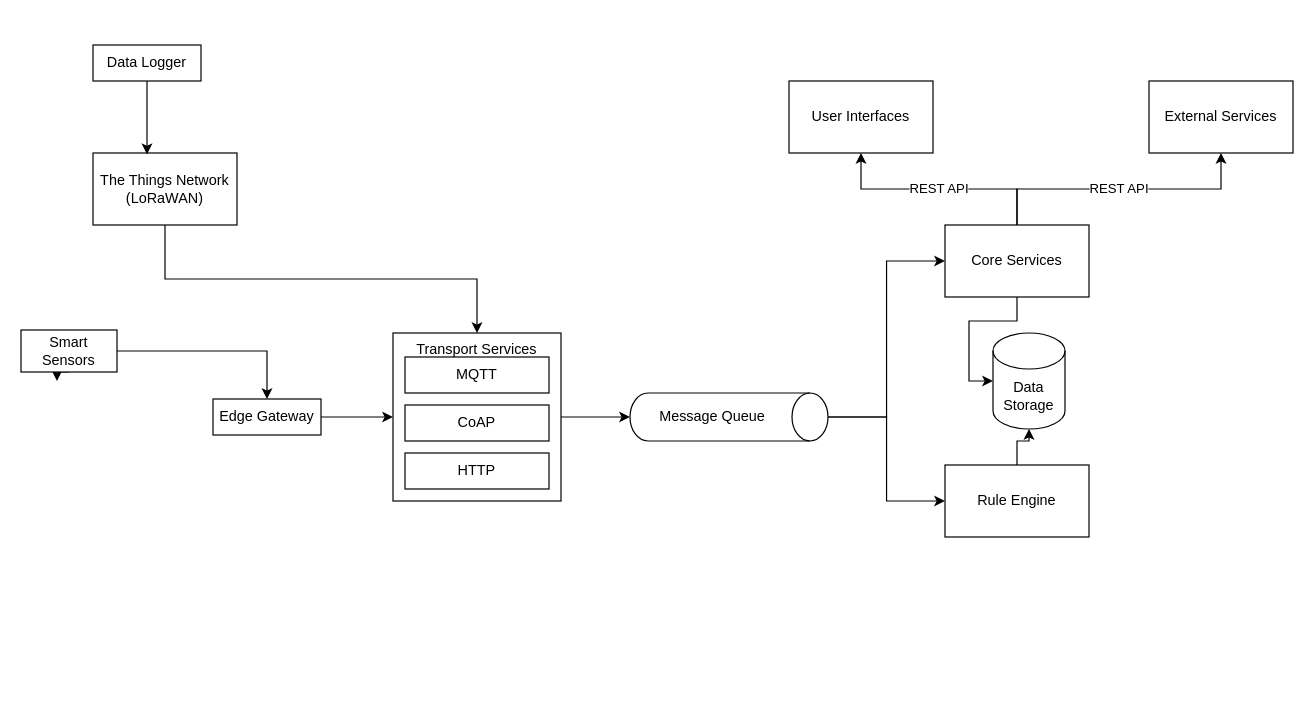
The draw.io diagram Untitled Diagram.drawio in mihairepo/test-repo, before the edit. Source tidied: cells renumbered, new cells numbered last; positions are measured from the earlier drawing's top-left corner, leaving out a move shared by most shapes. Both pictures are drawn from the tidied source at 120%, with x=0, y=0 at pixel (20, 44).
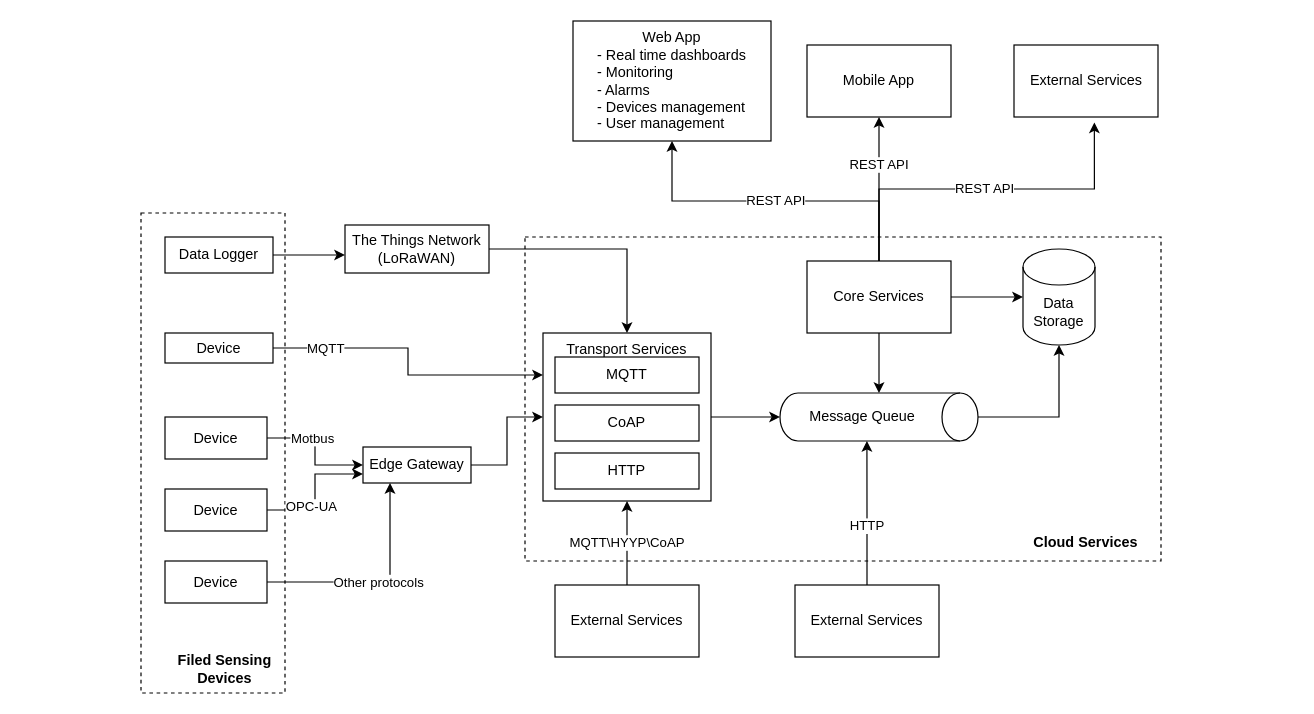
After the change.

Unchanged cells that the change refers to:
```xml
<mxCell id="22" style="edgeStyle=orthogonalEdgeStyle;rounded=0;jettySize=auto;html=1;exitX=1;exitY=0.5;exitDx=0;exitDy=0;" parent="1" edge="1" source="24" target="19">
  <mxGeometry relative="1" as="geometry" />
</mxCell>
```

What changed in the source:
```diff
@@
+    <mxCell id="28" style="rounded=0;whiteSpace=wrap;html=1;dashed=1;verticalAlign=top;" parent="1" vertex="1">
+      <mxGeometry x="100" y="140" width="120" height="400" as="geometry" />
+    </mxCell>
+    <mxCell id="29" style="rounded=0;whiteSpace=wrap;html=1;dashed=1;verticalAlign=top;" parent="1" vertex="1">
+      <mxGeometry x="420" y="160" width="530" height="270" as="geometry" />
+    </mxCell>
@@
     <mxCell id="3" value="Transport Services" style="rounded=0;whiteSpace=wrap;html=1;verticalAlign=top;" parent="1" vertex="1">
-      <mxGeometry x="310" y="240" width="140" height="140" as="geometry" />
+      <mxGeometry x="435" y="240" width="140" height="140" as="geometry" />
     </mxCell>
-    <mxCell id="4" style="edgeStyle=orthogonalEdgeStyle;rounded=0;jettySize=auto;html=1;exitX=0.5;exitY=0;exitDx=0;exitDy=0;exitPerimeter=0;entryX=0;entryY=0.5;entryDx=0;entryDy=0;" parent="1" edge="1" source="6" target="12">
-      <mxGeometry relative="1" as="geometry" />
-    </mxCell>
-    <mxCell id="5" style="edgeStyle=orthogonalEdgeStyle;rounded=0;jettySize=auto;html=1;exitX=0.5;exitY=0;exitDx=0;exitDy=0;exitPerimeter=0;entryX=0;entryY=0.5;entryDx=0;entryDy=0;" parent="1" edge="1" source="6" target="8">
-      <mxGeometry relative="1" as="geometry" />
-    </mxCell>
+    <mxCell id="30" style="edgeStyle=orthogonalEdgeStyle;rounded=0;jettySize=auto;html=1;entryX=0.5;entryY=1;entryDx=0;entryDy=0;entryPerimeter=0;" parent="1" edge="1" source="6" target="13">
+      <mxGeometry relative="1" as="geometry" />
+    </mxCell>
     <mxCell id="6" value="Message Queue&amp;nbsp;" style="shape=cylinder3;whiteSpace=wrap;html=1;boundedLbl=1;backgroundOutline=1;size=15;rotation=90;verticalAlign=middle;horizontal=0;" parent="1" vertex="1">
-      <mxGeometry x="570" y="227.5" width="40" height="165" as="geometry" />
+      <mxGeometry x="695" y="227.5" width="40" height="165" as="geometry" />
     </mxCell>
-    <mxCell id="7" style="edgeStyle=orthogonalEdgeStyle;rounded=0;jettySize=auto;html=1;exitX=0.5;exitY=0;exitDx=0;exitDy=0;" parent="1" edge="1" source="8" target="13">
-      <mxGeometry relative="1" as="geometry" />
-    </mxCell>
-    <mxCell id="8" value="Rule Engine" style="rounded=0;whiteSpace=wrap;html=1;" parent="1" vertex="1">
-      <mxGeometry x="770" y="350" width="120" height="60" as="geometry" />
-    </mxCell>
@@
+    <mxCell id="31" style="edgeStyle=orthogonalEdgeStyle;rounded=0;jettySize=auto;html=1;exitX=0.5;exitY=1;exitDx=0;exitDy=0;entryX=0;entryY=0.5;entryDx=0;entryDy=0;entryPerimeter=0;" parent="1" edge="1" source="12" target="6">
+      <mxGeometry relative="1" as="geometry" />
+    </mxCell>
+    <mxCell id="11" style="edgeStyle=orthogonalEdgeStyle;rounded=0;jettySize=auto;html=1;" parent="1" edge="1" source="12" target="13">
+      <mxGeometry relative="1" as="geometry" />
+    </mxCell>
+    <mxCell id="32" value="REST API" style="edgeStyle=orthogonalEdgeStyle;rounded=0;jettySize=auto;html=1;exitX=0.5;exitY=0;exitDx=0;exitDy=0;entryX=0.558;entryY=1.075;entryDx=0;entryDy=0;entryPerimeter=0;" parent="1" edge="1" source="12" target="34">
+      <mxGeometry relative="1" as="geometry" />
+    </mxCell>
-    <mxCell id="10" value="REST API" style="edgeStyle=orthogonalEdgeStyle;rounded=0;jettySize=auto;html=1;exitX=0.5;exitY=0;exitDx=0;exitDy=0;entryX=0.5;entryY=1;entryDx=0;entryDy=0;" parent="1" edge="1" source="12" target="15">
-      <mxGeometry relative="1" as="geometry" />
+    <mxCell id="10" value="REST API" style="edgeStyle=orthogonalEdgeStyle;rounded=0;jettySize=auto;html=1;exitX=0.5;exitY=0;exitDx=0;exitDy=0;entryX=0.5;entryY=1;entryDx=0;entryDy=0;" parent="1" edge="1" source="12" target="50">
+      <mxGeometry x="0.33" relative="1" as="geometry" />
     </mxCell>
-    <mxCell id="11" style="edgeStyle=orthogonalEdgeStyle;rounded=0;jettySize=auto;html=1;exitX=0.5;exitY=1;exitDx=0;exitDy=0;entryX=0;entryY=0.5;entryDx=0;entryDy=0;entryPerimeter=0;" parent="1" edge="1" source="12" target="13">
-      <mxGeometry relative="1" as="geometry" />
-    </mxCell>
     <mxCell id="12" value="Core Services" style="rounded=0;whiteSpace=wrap;html=1;" parent="1" vertex="1">
-      <mxGeometry x="770" y="150" width="120" height="60" as="geometry" />
+      <mxGeometry x="655" y="180" width="120" height="60" as="geometry" />
     </mxCell>
     <mxCell id="13" value="Data Storage" style="shape=cylinder3;whiteSpace=wrap;html=1;boundedLbl=1;backgroundOutline=1;size=15;verticalAlign=middle;" parent="1" vertex="1">
-      <mxGeometry x="810" y="240" width="60" height="80" as="geometry" />
+      <mxGeometry x="835" y="170" width="60" height="80" as="geometry" />
     </mxCell>
-    <mxCell id="14" value="User Interfaces" style="rounded=0;whiteSpace=wrap;html=1;verticalAlign=middle;" parent="1" vertex="1">
-      <mxGeometry x="640" y="30" width="120" height="60" as="geometry" />
+    <mxCell id="14" value="Web App&lt;br&gt;- Real time dashboards&lt;br&gt;&lt;div style=&quot;text-align: left&quot;&gt;- Monitoring&lt;/div&gt;&lt;div style=&quot;text-align: left&quot;&gt;- Alarms&lt;/div&gt;&lt;div style=&quot;text-align: left&quot;&gt;- Devices management&lt;/div&gt;&lt;div style=&quot;text-align: left&quot;&gt;- User management&lt;/div&gt;" style="rounded=0;whiteSpace=wrap;html=1;verticalAlign=middle;" parent="1" vertex="1">
+      <mxGeometry x="460" y="-20" width="165" height="100" as="geometry" />
     </mxCell>
-    <mxCell id="15" value="External Services" style="rounded=0;whiteSpace=wrap;html=1;verticalAlign=middle;" parent="1" vertex="1">
-      <mxGeometry x="940" y="30" width="120" height="60" as="geometry" />
-    </mxCell>
-    <mxCell id="16" style="edgeStyle=orthogonalEdgeStyle;rounded=0;jettySize=auto;html=1;exitX=0.5;exitY=1;exitDx=0;exitDy=0;" parent="1" edge="1" source="17" target="3">
+    <mxCell id="16" style="edgeStyle=orthogonalEdgeStyle;rounded=0;jettySize=auto;html=1;exitX=1;exitY=0.5;exitDx=0;exitDy=0;" parent="1" edge="1" source="17" target="3">
       <mxGeometry relative="1" as="geometry" />
     </mxCell>
     <mxCell id="17" value="The Things Network (LoRaWAN)" style="rounded=0;whiteSpace=wrap;html=1;verticalAlign=middle;" parent="1" vertex="1">
-      <mxGeometry x="60" y="90" width="120" height="60" as="geometry" />
+      <mxGeometry x="270" y="150" width="120" height="40" as="geometry" />
     </mxCell>
@@
     <mxCell id="19" value="Edge Gateway" style="rounded=0;whiteSpace=wrap;html=1;verticalAlign=middle;" parent="1" vertex="1">
-      <mxGeometry x="160" y="295" width="90" height="30" as="geometry" />
+      <mxGeometry x="285" y="335" width="90" height="30" as="geometry" />
     </mxCell>
-    <mxCell id="20" style="edgeStyle=orthogonalEdgeStyle;rounded=0;jettySize=auto;html=1;entryX=0.375;entryY=0.017;entryDx=0;entryDy=0;entryPerimeter=0;" parent="1" edge="1" source="21" target="17">
-      <mxGeometry relative="1" as="geometry" />
+    <mxCell id="20" style="edgeStyle=orthogonalEdgeStyle;rounded=0;jettySize=auto;html=1;" parent="1" edge="1" source="21">
+      <mxGeometry relative="1" as="geometry">
+        <mxPoint x="270" y="175" as="targetPoint" />
+      </mxGeometry>
     </mxCell>
     <mxCell id="21" value="Data Logger" style="rounded=0;whiteSpace=wrap;html=1;verticalAlign=middle;" parent="1" vertex="1">
-      <mxGeometry x="60" width="90" height="30" as="geometry" />
+      <mxGeometry x="120" y="160" width="90" height="30" as="geometry" />
     </mxCell>
@@
-    <mxCell id="23" style="edgeStyle=orthogonalEdgeStyle;rounded=0;jettySize=auto;html=1;exitX=0.5;exitY=1;exitDx=0;exitDy=0;" parent="1" edge="1" source="24">
-      <mxGeometry relative="1" as="geometry">
-        <mxPoint x="30" y="280" as="targetPoint" />
-      </mxGeometry>
-    </mxCell>
+    <mxCell id="33" value="Motbus" style="edgeLabel;html=1;align=center;verticalAlign=middle;" parent="22" vertex="1">
+      <mxGeometry x="-0.28" y="1" relative="1" as="geometry">
+        <mxPoint y="1" as="offset" />
+      </mxGeometry>
+    </mxCell>
-    <mxCell id="24" value="Smart Sensors" style="rounded=0;whiteSpace=wrap;html=1;verticalAlign=middle;" parent="1" vertex="1">
-      <mxGeometry y="237.5" width="80" height="35" as="geometry" />
+    <mxCell id="24" value="Device" style="rounded=0;whiteSpace=wrap;html=1;verticalAlign=middle;" parent="1" vertex="1">
+      <mxGeometry x="120" y="310" width="85" height="35" as="geometry" />
     </mxCell>
     <mxCell id="25" value="HTTP" style="rounded=0;whiteSpace=wrap;html=1;verticalAlign=middle;" parent="1" vertex="1">
-      <mxGeometry x="320" y="340" width="120" height="30" as="geometry" />
+      <mxGeometry x="445" y="340" width="120" height="30" as="geometry" />
     </mxCell>
     <mxCell id="26" value="CoAP" style="rounded=0;whiteSpace=wrap;html=1;verticalAlign=middle;" parent="1" vertex="1">
-      <mxGeometry x="320" y="300" width="120" height="30" as="geometry" />
+      <mxGeometry x="445" y="300" width="120" height="30" as="geometry" />
     </mxCell>
     <mxCell id="27" value="MQTT" style="rounded=0;whiteSpace=wrap;html=1;verticalAlign=middle;" parent="1" vertex="1">
-      <mxGeometry x="320" y="260" width="120" height="30" as="geometry" />
+      <mxGeometry x="445" y="260" width="120" height="30" as="geometry" />
     </mxCell>
+    <mxCell id="34" value="External Services" style="rounded=0;whiteSpace=wrap;html=1;verticalAlign=middle;" parent="1" vertex="1">
+      <mxGeometry x="827.5" width="120" height="60" as="geometry" />
+    </mxCell>
+    <mxCell id="35" value="MQTT\HYYP\CoAP" style="edgeStyle=orthogonalEdgeStyle;rounded=0;jettySize=auto;html=1;entryX=0.5;entryY=1;entryDx=0;entryDy=0;" parent="1" edge="1" source="36" target="3">
+      <mxGeometry relative="1" as="geometry" />
+    </mxCell>
+    <mxCell id="36" value="External Services" style="rounded=0;whiteSpace=wrap;html=1;verticalAlign=middle;" parent="1" vertex="1">
+      <mxGeometry x="445" y="450" width="120" height="60" as="geometry" />
+    </mxCell>
+    <mxCell id="37" style="edgeStyle=orthogonalEdgeStyle;rounded=0;jettySize=auto;html=1;entryX=1;entryY=0.561;entryDx=0;entryDy=0;entryPerimeter=0;" parent="1" edge="1" source="39" target="6">
+      <mxGeometry relative="1" as="geometry" />
+    </mxCell>
+    <mxCell id="38" value="HTTP" style="edgeLabel;html=1;align=center;verticalAlign=middle;" parent="37" vertex="1">
+      <mxGeometry x="-0.17" y="1" relative="1" as="geometry" />
+    </mxCell>
+    <mxCell id="39" value="External Services" style="rounded=0;whiteSpace=wrap;html=1;verticalAlign=middle;" parent="1" vertex="1">
+      <mxGeometry x="645" y="450" width="120" height="60" as="geometry" />
+    </mxCell>
+    <mxCell id="40" style="edgeStyle=orthogonalEdgeStyle;rounded=0;jettySize=auto;html=1;exitX=1;exitY=0.5;exitDx=0;exitDy=0;entryX=0;entryY=0.25;entryDx=0;entryDy=0;" parent="1" edge="1" source="42" target="3">
+      <mxGeometry relative="1" as="geometry" />
+    </mxCell>
+    <mxCell id="41" value="MQTT" style="edgeLabel;html=1;align=center;verticalAlign=middle;" parent="40" vertex="1">
+      <mxGeometry x="-0.65" y="1" relative="1" as="geometry">
+        <mxPoint y="1" as="offset" />
+      </mxGeometry>
+    </mxCell>
+    <mxCell id="42" value="Device" style="rounded=0;whiteSpace=wrap;html=1;verticalAlign=middle;" parent="1" vertex="1">
+      <mxGeometry x="120" y="240" width="90" height="25" as="geometry" />
+    </mxCell>
+    <mxCell id="43" style="edgeStyle=orthogonalEdgeStyle;rounded=0;jettySize=auto;html=1;entryX=0;entryY=0.75;entryDx=0;entryDy=0;" parent="1" edge="1" source="45" target="19">
+      <mxGeometry relative="1" as="geometry" />
+    </mxCell>
+    <mxCell id="44" value="OPC-UA" style="edgeLabel;html=1;align=center;verticalAlign=middle;" parent="43" vertex="1">
+      <mxGeometry x="-0.35" y="4" relative="1" as="geometry">
+        <mxPoint y="1" as="offset" />
+      </mxGeometry>
+    </mxCell>
+    <mxCell id="45" value="Device" style="rounded=0;whiteSpace=wrap;html=1;verticalAlign=middle;" parent="1" vertex="1">
+      <mxGeometry x="120" y="370" width="85" height="35" as="geometry" />
+    </mxCell>
+    <mxCell id="46" value="Other protocols" style="edgeStyle=orthogonalEdgeStyle;rounded=0;jettySize=auto;html=1;entryX=0.25;entryY=1;entryDx=0;entryDy=0;" parent="1" edge="1" source="47" target="19">
+      <mxGeometry relative="1" as="geometry" />
+    </mxCell>
+    <mxCell id="47" value="Device" style="rounded=0;whiteSpace=wrap;html=1;verticalAlign=middle;" parent="1" vertex="1">
+      <mxGeometry x="120" y="430" width="85" height="35" as="geometry" />
+    </mxCell>
+    <mxCell id="48" value="Cloud Services" style="text;html=1;strokeColor=none;fillColor=none;align=center;verticalAlign=middle;whiteSpace=wrap;rounded=0;dashed=1;fontStyle=1;" parent="1" vertex="1">
+      <mxGeometry x="835" y="405" width="105" height="20" as="geometry" />
+    </mxCell>
+    <mxCell id="49" value="Filed Sensing Devices" style="text;html=1;strokeColor=none;fillColor=none;align=center;verticalAlign=middle;whiteSpace=wrap;rounded=0;dashed=1;fontStyle=1;" parent="1" vertex="1">
+      <mxGeometry x="130" y="510" width="80" height="20" as="geometry" />
+    </mxCell>
+    <mxCell id="50" value="Mobile App" style="rounded=0;whiteSpace=wrap;html=1;" parent="1" vertex="1">
+      <mxGeometry x="655" width="120" height="60" as="geometry" />
+    </mxCell>
```
